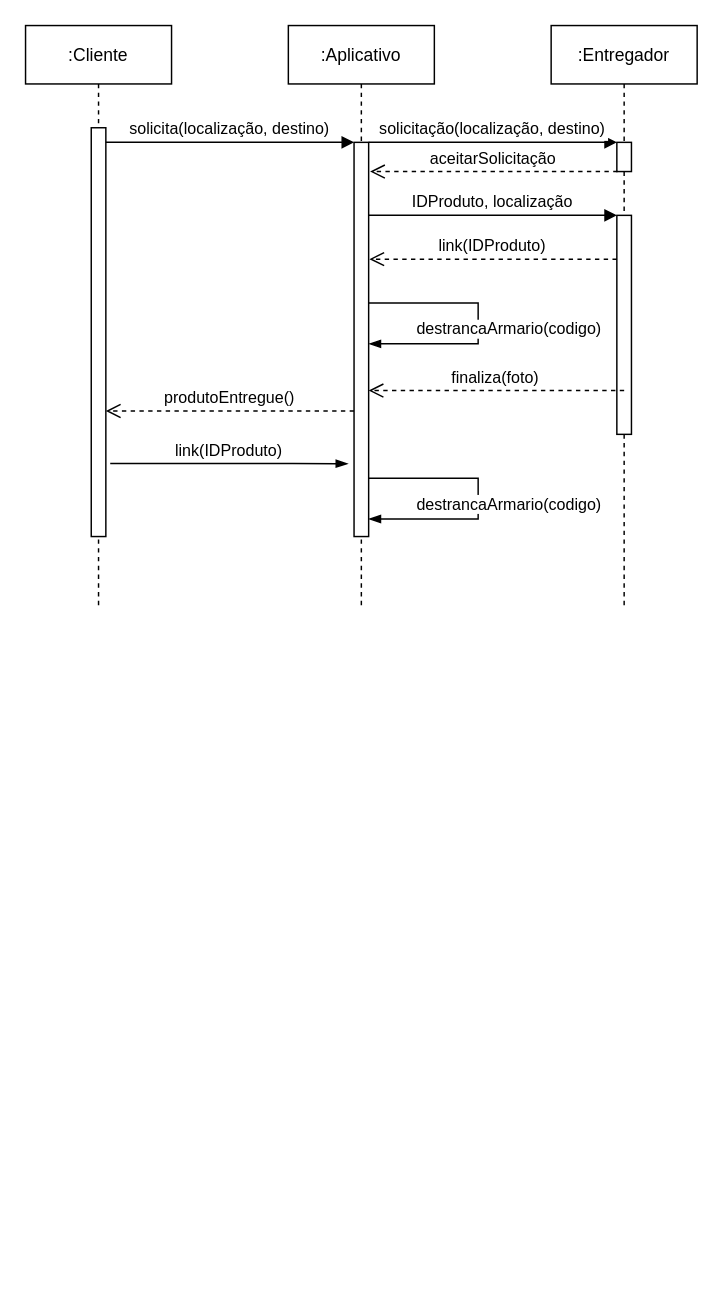
Earlier version of the draw.io diagram Caso de uso extendido.drawio (bruniculos08/SOFT003). Source tidied: cells renumbered, new cells numbered last; positions are measured from the earlier drawing's top-left corner, leaving out a move shared by most shapes. Both pictures are drawn from the tidied source at 146%, with x=0, y=0 at pixel (25, 25).
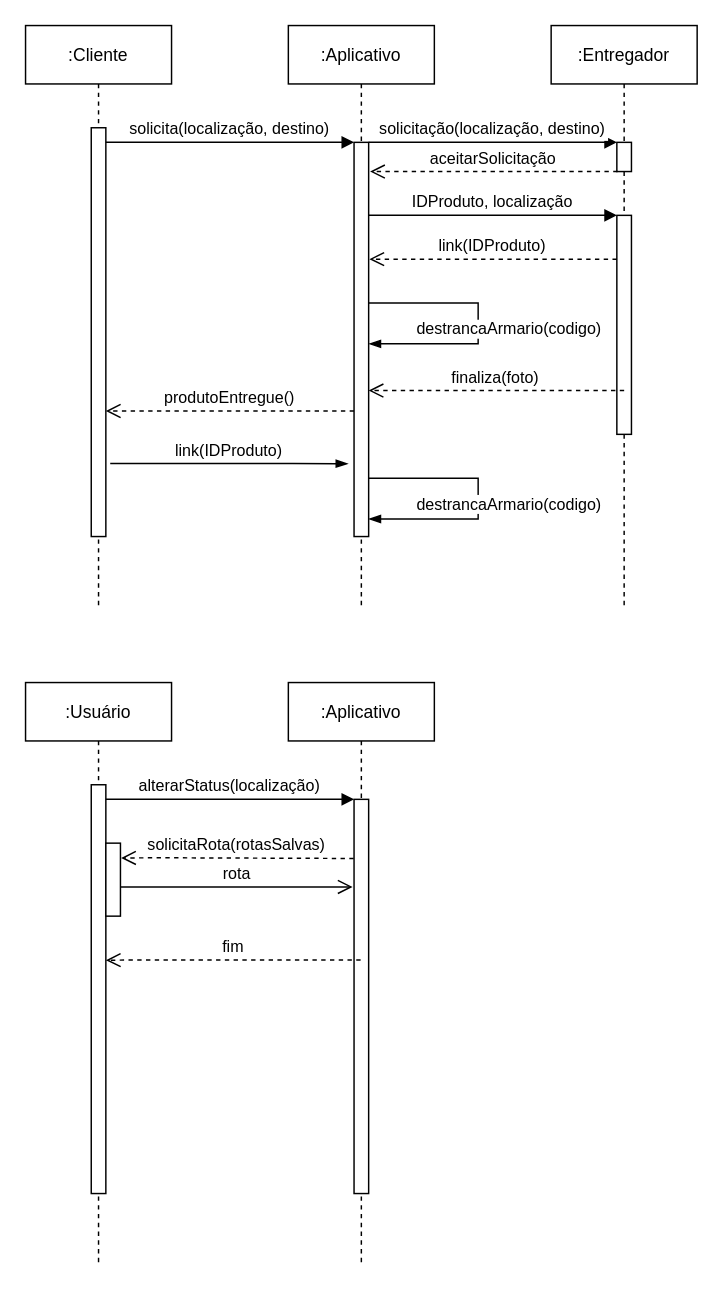
The same diagram, later.

Diff of the diagram source:
```diff
@@
+    <mxCell id="22" value=":Usuário" style="shape=umlLifeline;perimeter=lifelinePerimeter;rounded=0;shadow=0;strokeWidth=1;" parent="1" vertex="1">
+      <mxGeometry y="450" width="100" height="400" as="geometry" />
+    </mxCell>
+    <mxCell id="23" style="points=[];perimeter=orthogonalPerimeter;rounded=0;shadow=0;strokeWidth=1;" parent="22" vertex="1">
+      <mxGeometry x="45" y="70" width="10" height="280" as="geometry" />
+    </mxCell>
+    <mxCell id="24" style="points=[];perimeter=orthogonalPerimeter;rounded=0;shadow=0;strokeWidth=1;" parent="22" vertex="1">
+      <mxGeometry x="55" y="110" width="10" height="50" as="geometry" />
+    </mxCell>
+    <mxCell id="25" value=":Aplicativo" style="shape=umlLifeline;perimeter=lifelinePerimeter;rounded=0;shadow=0;strokeWidth=1;" parent="1" vertex="1">
+      <mxGeometry x="180" y="450" width="100" height="400" as="geometry" />
+    </mxCell>
+    <mxCell id="26" style="points=[];perimeter=orthogonalPerimeter;rounded=0;shadow=0;strokeWidth=1;" parent="25" vertex="1">
+      <mxGeometry x="45" y="80" width="10" height="270" as="geometry" />
+    </mxCell>
+    <mxCell id="27" value="fim" style="verticalAlign=bottom;endArrow=open;dashed=1;endSize=8;shadow=0;strokeWidth=1;entryX=1.046;entryY=0.204;entryDx=0;entryDy=0;entryPerimeter=0;" parent="25" edge="1" source="25">
+      <mxGeometry relative="1" as="geometry">
+        <mxPoint x="-125" y="190.2" as="targetPoint" />
+        <Array as="points">
+          <mxPoint x="-100.5" y="190" />
+        </Array>
+      </mxGeometry>
+    </mxCell>
+    <mxCell id="28" value="alterarStatus(localização)" style="verticalAlign=bottom;endArrow=block;entryX=0;entryY=0;shadow=0;strokeWidth=1;" parent="1" edge="1" source="23" target="26">
+      <mxGeometry relative="1" as="geometry" />
+    </mxCell>
+    <mxCell id="29" value="rota" style="verticalAlign=bottom;endArrow=open;endSize=8;shadow=0;strokeWidth=1;" parent="1" edge="1" source="24">
+      <mxGeometry relative="1" as="geometry">
+        <mxPoint x="224" y="590" as="targetPoint" />
+        <Array as="points">
+          <mxPoint x="84" y="590" />
+          <mxPoint x="144" y="590" />
+        </Array>
+      </mxGeometry>
+    </mxCell>
+    <mxCell id="30" value="solicitaRota(rotasSalvas)" style="verticalAlign=bottom;endArrow=open;dashed=1;endSize=8;shadow=0;strokeWidth=1;entryX=1.046;entryY=0.204;entryDx=0;entryDy=0;entryPerimeter=0;exitX=-0.025;exitY=0.15;exitDx=0;exitDy=0;exitPerimeter=0;" parent="1" edge="1" source="26" target="24">
+      <mxGeometry relative="1" as="geometry">
+        <Array as="points">
+          <mxPoint x="90" y="570" />
+        </Array>
+      </mxGeometry>
+    </mxCell>
```
